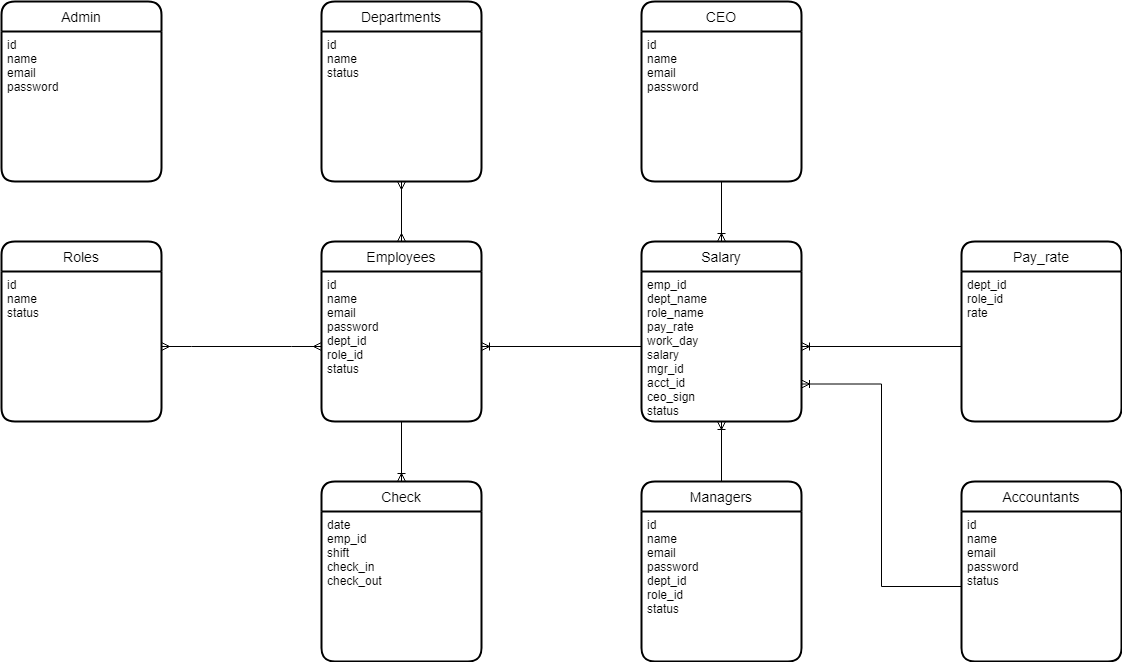
Before: documents/so_do_thuc_the.png, a diagram exported from draw.io (hydra029/laravel_web). Source tidied: cells renumbered, new cells last; positions are measured from the earlier drawing's top-left corner, leaving out a move shared by most shapes.
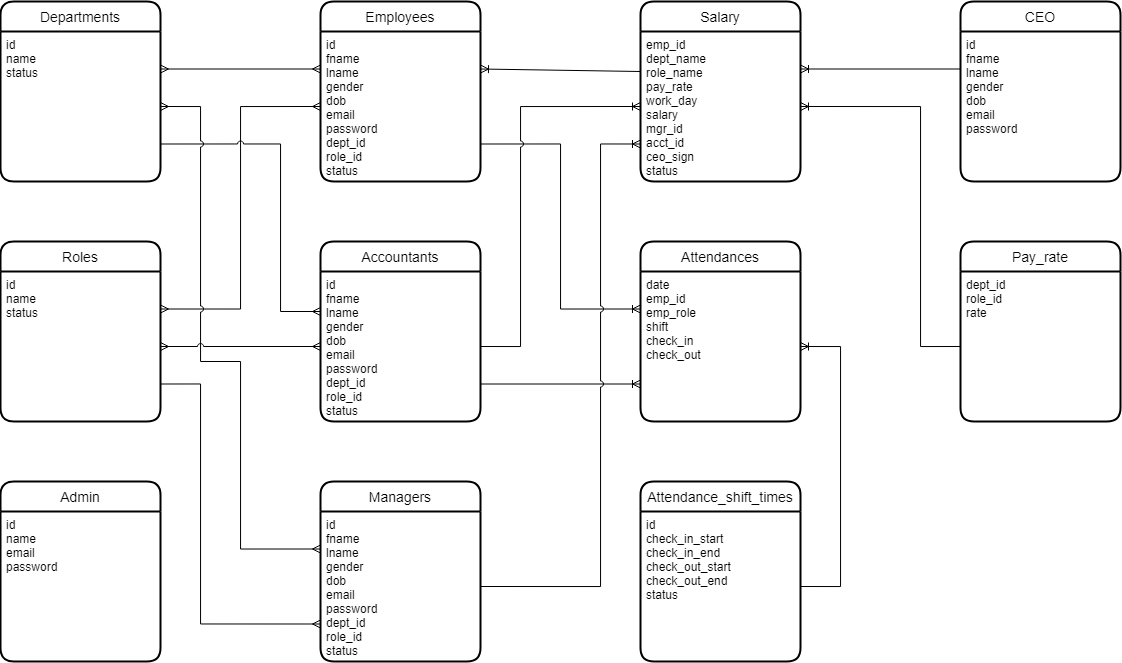
The same diagram one commit later.

The edit, as a diff of the source:
```diff
@@ -3,9 +3,9 @@
     <mxCell id="0" />
     <mxCell id="1" parent="0" />
     <mxCell id="2" value="Employees" style="swimlane;horizontal=1;startSize=30;rounded=1;fontSize=14;fontStyle=0;strokeWidth=2;shadow=0;dashed=0;align=center;" parent="1" vertex="1">
-      <mxGeometry x="320" y="240" width="160" height="180" as="geometry" />
+      <mxGeometry x="320" width="160" height="180" as="geometry" />
     </mxCell>
-    <mxCell id="3" value="id&#10;name&#10;email&#10;password&#10;dept_id&#10;role_id&#10;status" style="align=left;strokeColor=none;fillColor=none;spacingLeft=4;fontSize=12;verticalAlign=top;" parent="2" vertex="1">
+    <mxCell id="3" value="id&#10;fname&#10;lname&#10;gender&#10;dob&#10;email&#10;password&#10;dept_id&#10;role_id&#10;status" style="align=left;strokeColor=none;fillColor=none;spacingLeft=4;fontSize=12;verticalAlign=top;" parent="2" vertex="1">
       <mxGeometry y="30" width="160" height="150" as="geometry" />
     </mxCell>
     <mxCell id="4" value="Roles" style="swimlane;horizontal=1;startSize=30;rounded=1;fontSize=14;fontStyle=0;strokeWidth=2;shadow=0;dashed=0;align=center;" parent="1" vertex="1">
@@ -15,15 +15,15 @@
       <mxGeometry y="30" width="160" height="150" as="geometry" />
     </mxCell>
     <mxCell id="6" value="Departments" style="swimlane;horizontal=1;startSize=30;rounded=1;fontSize=14;fontStyle=0;strokeWidth=2;shadow=0;dashed=0;align=center;" parent="1" vertex="1">
-      <mxGeometry x="320" width="160" height="180" as="geometry" />
+      <mxGeometry width="160" height="180" as="geometry" />
     </mxCell>
     <mxCell id="7" value="id&#10;name&#10;status" style="align=left;strokeColor=none;fillColor=none;spacingLeft=4;fontSize=12;verticalAlign=top;" parent="6" vertex="1">
       <mxGeometry y="30" width="160" height="150" as="geometry" />
     </mxCell>
-    <mxCell id="8" value="Check" style="swimlane;horizontal=1;startSize=30;rounded=1;fontSize=14;fontStyle=0;strokeWidth=2;shadow=0;dashed=0;align=center;" parent="1" vertex="1">
-      <mxGeometry x="320" y="480" width="160" height="180" as="geometry" />
+    <mxCell id="8" value="Attendances" style="swimlane;horizontal=1;startSize=30;rounded=1;fontSize=14;fontStyle=0;strokeWidth=2;shadow=0;dashed=0;align=center;" parent="1" vertex="1">
+      <mxGeometry x="640" y="240" width="160" height="180" as="geometry" />
     </mxCell>
-    <mxCell id="9" value="date&#10;emp_id&#10;shift&#10;check_in&#10;check_out" style="align=left;strokeColor=none;fillColor=none;spacingLeft=4;fontSize=12;verticalAlign=top;" parent="8" vertex="1">
+    <mxCell id="9" value="date&#10;emp_id&#10;emp_role&#10;shift&#10;check_in&#10;check_out" style="align=left;strokeColor=none;fillColor=none;spacingLeft=4;fontSize=12;verticalAlign=top;" parent="8" vertex="1">
       <mxGeometry y="30" width="160" height="150" as="geometry" />
     </mxCell>
     <mxCell id="10" value="Pay_rate" style="swimlane;horizontal=1;startSize=30;rounded=1;fontSize=14;fontStyle=0;strokeWidth=2;shadow=0;dashed=0;align=center;" parent="1" vertex="1">
@@ -33,58 +33,123 @@
       <mxGeometry y="30" width="160" height="150" as="geometry" />
     </mxCell>
     <mxCell id="12" value="Salary" style="swimlane;horizontal=1;startSize=30;rounded=1;fontSize=14;fontStyle=0;strokeWidth=2;shadow=0;dashed=0;align=center;" parent="1" vertex="1">
-      <mxGeometry x="640" y="240" width="160" height="180" as="geometry" />
+      <mxGeometry x="640" width="160" height="180" as="geometry" />
     </mxCell>
     <mxCell id="13" value="emp_id&#10;dept_name&#10;role_name&#10;pay_rate&#10;work_day&#10;salary&#10;mgr_id&#10;acct_id&#10;ceo_sign&#10;status" style="align=left;strokeColor=none;fillColor=none;spacingLeft=4;fontSize=12;verticalAlign=top;" parent="12" vertex="1">
       <mxGeometry y="30" width="160" height="150" as="geometry" />
     </mxCell>
-    <mxCell id="14" style="fontSize=12;html=1;endArrow=ERmany;startArrow=ERmany;rounded=0;entryX=0.5;entryY=0;entryDx=0;entryDy=0;exitX=0.5;exitY=1;exitDx=0;exitDy=0;" parent="1" edge="1" source="7" target="2">
+    <mxCell id="14" style="fontSize=12;html=1;endArrow=ERmany;startArrow=ERmany;rounded=0;entryX=0;entryY=0.25;entryDx=0;entryDy=0;exitX=1;exitY=0.25;exitDx=0;exitDy=0;edgeStyle=orthogonalEdgeStyle;" parent="1" edge="1" source="7" target="3">
       <mxGeometry relative="1" as="geometry" />
     </mxCell>
-    <mxCell id="15" style="edgeStyle=entityRelationEdgeStyle;fontSize=12;html=1;endArrow=ERmany;startArrow=ERmany;rounded=0;exitX=1;exitY=0.5;exitDx=0;exitDy=0;entryX=0;entryY=0.5;entryDx=0;entryDy=0;" parent="1" edge="1" source="5" target="3">
+    <mxCell id="15" style="edgeStyle=orthogonalEdgeStyle;fontSize=12;html=1;endArrow=ERmany;startArrow=ERmany;rounded=0;entryX=0;entryY=0.5;entryDx=0;entryDy=0;exitX=1;exitY=0.25;exitDx=0;exitDy=0;jumpStyle=arc;" parent="1" edge="1" source="5" target="3">
       <mxGeometry relative="1" as="geometry" />
     </mxCell>
-    <mxCell id="16" style="fontSize=12;html=1;endArrow=ERoneToMany;rounded=0;exitX=0.5;exitY=1;exitDx=0;exitDy=0;entryX=0.5;entryY=0;entryDx=0;entryDy=0;" parent="1" edge="1" source="3" target="8">
+    <mxCell id="16" style="fontSize=12;html=1;endArrow=ERoneToMany;rounded=0;exitX=1;exitY=0.75;exitDx=0;exitDy=0;entryX=0;entryY=0.25;entryDx=0;entryDy=0;edgeStyle=orthogonalEdgeStyle;jumpStyle=arc;" parent="1" edge="1" source="3" target="9">
       <mxGeometry relative="1" as="geometry" />
     </mxCell>
     <mxCell id="17" value="Admin" style="swimlane;horizontal=1;startSize=30;rounded=1;fontSize=14;fontStyle=0;strokeWidth=2;shadow=0;dashed=0;align=center;" parent="1" vertex="1">
-      <mxGeometry width="160" height="180" as="geometry" />
+      <mxGeometry y="480" width="160" height="180" as="geometry" />
     </mxCell>
     <mxCell id="18" value="id&#10;name&#10;email&#10;password&#10;&#10;" style="align=left;strokeColor=none;fillColor=none;spacingLeft=4;fontSize=12;verticalAlign=top;" parent="17" vertex="1">
       <mxGeometry y="30" width="160" height="150" as="geometry" />
     </mxCell>
     <mxCell id="19" value="Managers" style="swimlane;horizontal=1;startSize=30;rounded=1;fontSize=14;fontStyle=0;strokeWidth=2;shadow=0;dashed=0;align=center;" parent="1" vertex="1">
-      <mxGeometry x="640" y="480" width="160" height="180" as="geometry" />
+      <mxGeometry x="320" y="480" width="160" height="180" as="geometry" />
     </mxCell>
-    <mxCell id="20" value="id&#10;name&#10;email&#10;password&#10;dept_id&#10;role_id&#10;status&#10;" style="align=left;strokeColor=none;fillColor=none;spacingLeft=4;fontSize=12;verticalAlign=top;" parent="19" vertex="1">
+    <mxCell id="20" value="id&#10;fname&#10;lname&#10;gender&#10;dob&#10;email&#10;password&#10;dept_id&#10;role_id&#10;status&#10;" style="align=left;strokeColor=none;fillColor=none;spacingLeft=4;fontSize=12;verticalAlign=top;" parent="19" vertex="1">
       <mxGeometry y="30" width="160" height="150" as="geometry" />
     </mxCell>
     <mxCell id="21" value="CEO" style="swimlane;horizontal=1;startSize=30;rounded=1;fontSize=14;fontStyle=0;strokeWidth=2;shadow=0;dashed=0;align=center;" parent="1" vertex="1">
-      <mxGeometry x="640" width="160" height="180" as="geometry" />
+      <mxGeometry x="960" width="160" height="180" as="geometry" />
     </mxCell>
-    <mxCell id="22" value="id&#10;name&#10;email&#10;password&#10;" style="align=left;strokeColor=none;fillColor=none;spacingLeft=4;fontSize=12;verticalAlign=top;" parent="21" vertex="1">
+    <mxCell id="22" value="id&#10;fname&#10;lname&#10;gender&#10;dob&#10;email&#10;password&#10;" style="align=left;strokeColor=none;fillColor=none;spacingLeft=4;fontSize=12;verticalAlign=top;" parent="21" vertex="1">
       <mxGeometry y="30" width="160" height="150" as="geometry" />
     </mxCell>
-    <mxCell id="23" style="fontSize=12;html=1;endArrow=ERoneToMany;rounded=0;exitX=0.5;exitY=1;exitDx=0;exitDy=0;entryX=0.5;entryY=0;entryDx=0;entryDy=0;" parent="1" edge="1" source="22" target="12">
+    <mxCell id="23" style="fontSize=12;html=1;endArrow=ERoneToMany;rounded=0;exitX=0;exitY=0.25;exitDx=0;exitDy=0;entryX=1;entryY=0.25;entryDx=0;entryDy=0;" parent="1" edge="1" source="22" target="13">
       <mxGeometry relative="1" as="geometry" />
     </mxCell>
-    <mxCell id="24" style="fontSize=12;html=1;endArrow=ERoneToMany;rounded=0;exitX=0.5;exitY=0;exitDx=0;exitDy=0;entryX=0.5;entryY=1;entryDx=0;entryDy=0;" parent="1" edge="1" source="19" target="13">
-      <mxGeometry relative="1" as="geometry" />
-    </mxCell>
-    <mxCell id="25" style="fontSize=12;html=1;endArrow=ERoneToMany;rounded=0;exitX=0;exitY=0.5;exitDx=0;exitDy=0;entryX=1;entryY=0.5;entryDx=0;entryDy=0;" parent="1" edge="1" source="13" target="3">
-      <mxGeometry relative="1" as="geometry" />
+    <mxCell id="25" style="fontSize=12;html=1;endArrow=ERoneToMany;rounded=0;entryX=1;entryY=0.25;entryDx=0;entryDy=0;" parent="1" edge="1" target="3">
+      <mxGeometry relative="1" as="geometry">
+        <mxPoint x="640" y="70" as="sourcePoint" />
+      </mxGeometry>
     </mxCell>
-    <mxCell id="26" style="edgeStyle=orthogonalEdgeStyle;fontSize=12;html=1;endArrow=ERoneToMany;rounded=0;exitX=0;exitY=0.5;exitDx=0;exitDy=0;" parent="1" edge="1" source="11" target="13">
-      <mxGeometry relative="1" as="geometry" />
+    <mxCell id="26" style="edgeStyle=orthogonalEdgeStyle;fontSize=12;html=1;endArrow=ERoneToMany;rounded=0;exitX=0;exitY=0.5;exitDx=0;exitDy=0;entryX=1;entryY=0.5;entryDx=0;entryDy=0;" parent="1" edge="1" source="11" target="13">
+      <mxGeometry relative="1" as="geometry">
+        <Array as="points">
+          <mxPoint x="920" y="345" />
+          <mxPoint x="920" y="105" />
+        </Array>
+      </mxGeometry>
     </mxCell>
     <mxCell id="27" value="Accountants" style="swimlane;horizontal=1;startSize=30;rounded=1;fontSize=14;fontStyle=0;strokeWidth=2;shadow=0;dashed=0;align=center;" parent="1" vertex="1">
-      <mxGeometry x="960" y="480" width="160" height="180" as="geometry" />
+      <mxGeometry x="320" y="240" width="160" height="180" as="geometry" />
     </mxCell>
-    <mxCell id="28" value="id&#10;name&#10;email&#10;password&#10;status&#10;" style="align=left;strokeColor=none;fillColor=none;spacingLeft=4;fontSize=12;verticalAlign=top;" parent="27" vertex="1">
+    <mxCell id="28" value="id&#10;fname&#10;lname&#10;gender&#10;dob&#10;email&#10;password&#10;dept_id&#10;role_id&#10;status&#10;" style="align=left;strokeColor=none;fillColor=none;spacingLeft=4;fontSize=12;verticalAlign=top;" parent="27" vertex="1">
       <mxGeometry y="30" width="160" height="150" as="geometry" />
     </mxCell>
-    <mxCell id="29" style="edgeStyle=orthogonalEdgeStyle;fontSize=12;html=1;endArrow=ERoneToMany;rounded=0;exitX=0;exitY=0.5;exitDx=0;exitDy=0;entryX=1;entryY=0.75;entryDx=0;entryDy=0;" parent="1" edge="1" source="28" target="13">
-      <mxGeometry relative="1" as="geometry" />
+    <mxCell id="29" style="edgeStyle=orthogonalEdgeStyle;fontSize=12;html=1;endArrow=ERoneToMany;rounded=0;entryX=0;entryY=0.5;entryDx=0;entryDy=0;exitX=1;exitY=0.5;exitDx=0;exitDy=0;jumpStyle=arc;" parent="1" edge="1" source="28" target="13">
+      <mxGeometry relative="1" as="geometry">
+        <Array as="points">
+          <mxPoint x="520" y="345" />
+          <mxPoint x="520" y="105" />
+        </Array>
+      </mxGeometry>
     </mxCell>
+    <mxCell id="30" value="Attendance_shift_times" style="swimlane;horizontal=1;startSize=30;rounded=1;fontSize=14;fontStyle=0;strokeWidth=2;shadow=0;dashed=0;align=center;" parent="1" vertex="1">
+      <mxGeometry x="640" y="480" width="160" height="180" as="geometry" />
+    </mxCell>
+    <mxCell id="31" value="id&#10;check_in_start&#10;check_in_end&#10;check_out_start&#10;check_out_end&#10;status" style="align=left;strokeColor=none;fillColor=none;spacingLeft=4;fontSize=12;verticalAlign=top;" parent="30" vertex="1">
+      <mxGeometry y="30" width="160" height="150" as="geometry" />
+    </mxCell>
+    <mxCell id="32" style="fontSize=12;html=1;endArrow=ERoneToMany;rounded=0;exitX=1;exitY=0.5;exitDx=0;exitDy=0;entryX=1;entryY=0.5;entryDx=0;entryDy=0;edgeStyle=orthogonalEdgeStyle;" parent="1" edge="1" source="31" target="9">
+      <mxGeometry relative="1" as="geometry">
+        <Array as="points">
+          <mxPoint x="840" y="585" />
+          <mxPoint x="840" y="345" />
+        </Array>
+      </mxGeometry>
+    </mxCell>
+    <mxCell id="33" style="fontSize=12;html=1;endArrow=ERoneToMany;rounded=0;exitX=1;exitY=0.75;exitDx=0;exitDy=0;entryX=0;entryY=0.75;entryDx=0;entryDy=0;edgeStyle=orthogonalEdgeStyle;" parent="1" edge="1" source="28" target="9">
+      <mxGeometry relative="1" as="geometry" />
+    </mxCell>
+    <mxCell id="34" style="edgeStyle=orthogonalEdgeStyle;fontSize=12;html=1;endArrow=ERmany;startArrow=baseDash;rounded=0;exitX=1;exitY=0.75;exitDx=0;exitDy=0;entryX=0;entryY=0.75;entryDx=0;entryDy=0;startFill=0;" parent="1" edge="1" source="5" target="20">
+      <mxGeometry relative="1" as="geometry">
+        <Array as="points">
+          <mxPoint x="200" y="382" />
+          <mxPoint x="200" y="622" />
+        </Array>
+      </mxGeometry>
+    </mxCell>
+    <mxCell id="35" style="fontSize=12;html=1;endArrow=ERoneToMany;rounded=0;exitX=1;exitY=0.5;exitDx=0;exitDy=0;entryX=0;entryY=0.75;entryDx=0;entryDy=0;edgeStyle=orthogonalEdgeStyle;jumpStyle=arc;" parent="1" edge="1" source="20" target="13">
+      <mxGeometry relative="1" as="geometry">
+        <Array as="points">
+          <mxPoint x="600" y="585" />
+          <mxPoint x="600" y="142" />
+        </Array>
+      </mxGeometry>
+    </mxCell>
+    <mxCell id="36" style="edgeStyle=orthogonalEdgeStyle;fontSize=12;html=1;endArrow=ERmany;startArrow=baseDash;rounded=0;exitX=1;exitY=0.75;exitDx=0;exitDy=0;jumpStyle=arc;startFill=0;" parent="1" edge="1" source="7">
+      <mxGeometry relative="1" as="geometry">
+        <mxPoint x="320" y="310" as="targetPoint" />
+        <Array as="points">
+          <mxPoint x="280" y="142" />
+          <mxPoint x="280" y="310" />
+          <mxPoint x="320" y="310" />
+        </Array>
+      </mxGeometry>
+    </mxCell>
+    <mxCell id="37" style="edgeStyle=orthogonalEdgeStyle;fontSize=12;html=1;endArrow=ERmany;startArrow=ERmany;rounded=0;entryX=0;entryY=0.25;entryDx=0;entryDy=0;exitX=1;exitY=0.5;exitDx=0;exitDy=0;jumpStyle=arc;" parent="1" edge="1" source="7" target="20">
+      <mxGeometry relative="1" as="geometry">
+        <Array as="points">
+          <mxPoint x="200" y="105" />
+          <mxPoint x="200" y="360" />
+          <mxPoint x="240" y="360" />
+          <mxPoint x="240" y="548" />
+        </Array>
+      </mxGeometry>
+    </mxCell>
+    <mxCell id="38" style="fontSize=12;html=1;endArrow=ERmany;startArrow=ERmany;rounded=0;exitX=1;exitY=0.5;exitDx=0;exitDy=0;jumpStyle=arc;entryX=0;entryY=0.5;entryDx=0;entryDy=0;" parent="1" edge="1" source="5" target="28">
+      <mxGeometry relative="1" as="geometry" />
+    </mxCell>
   </root>
 </mxGraphModel>
```
